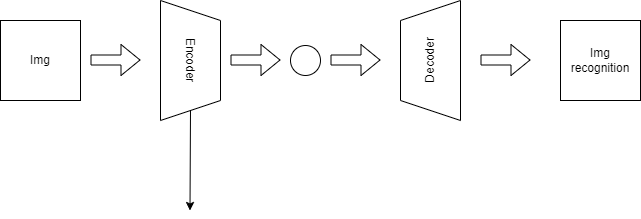
Before: 연구주제.drawio.png, a diagram exported from draw.io (Kyoungrae-Noh/Self-Supervised-Learning). Source tidied: cells renumbered, new cells last; positions are measured from the earlier drawing's top-left corner, leaving out a move shared by most shapes.
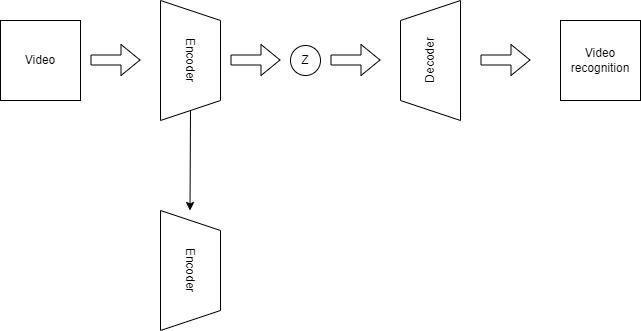
After the commit.

Commit message:
연구주제.drawio.png 업데이트

Diff of the diagram source:
```diff
@@ -2,7 +2,7 @@
   <root>
     <mxCell id="0" />
     <mxCell id="1" parent="0" />
-    <mxCell id="2" value="Img" style="whiteSpace=wrap;html=1;" parent="1" vertex="1">
+    <mxCell id="2" value="Video" style="whiteSpace=wrap;html=1;" parent="1" vertex="1">
       <mxGeometry width="80" height="80" as="geometry" />
     </mxCell>
     <mxCell id="3" style="shape=flexArrow;endArrow=classic;html=1;rounded=0;fillColor=#FFFFFF;" parent="1" edge="1">
@@ -23,7 +23,7 @@
         <mxPoint x="280" y="39.5" as="targetPoint" />
       </mxGeometry>
     </mxCell>
-    <mxCell id="7" style="ellipse;whiteSpace=wrap;html=1;" parent="1" vertex="1">
+    <mxCell id="7" value="Z" style="ellipse;whiteSpace=wrap;html=1;" parent="1" vertex="1">
       <mxGeometry x="290" y="25" width="30" height="30" as="geometry" />
     </mxCell>
     <mxCell id="8" style="shape=flexArrow;endArrow=classic;html=1;rounded=0;fillColor=#FFFFFF;" parent="1" edge="1">
@@ -38,7 +38,7 @@
         <mxPoint x="530" y="39.5" as="targetPoint" />
       </mxGeometry>
     </mxCell>
-    <mxCell id="10" value="Img&lt;br&gt;recognition" style="whiteSpace=wrap;html=1;" parent="1" vertex="1">
+    <mxCell id="10" value="Video&lt;br&gt;recognition" style="whiteSpace=wrap;html=1;" parent="1" vertex="1">
       <mxGeometry x="560" width="80" height="80" as="geometry" />
     </mxCell>
     <mxCell id="11" style="endArrow=classic;html=1;rounded=0;fillColor=#FFFFFF;exitX=1;exitY=0.5;exitDx=0;exitDy=0;" parent="1" edge="1" source="4">
@@ -46,5 +46,8 @@
         <mxPoint x="189.5" y="190" as="targetPoint" />
       </mxGeometry>
     </mxCell>
+    <mxCell id="12" value="Encoder" style="shape=trapezoid;perimeter=trapezoidPerimeter;whiteSpace=wrap;html=1;fixedSize=1;rotation=90;" parent="1" vertex="1">
+      <mxGeometry x="130" y="220" width="120" height="60" as="geometry" />
+    </mxCell>
   </root>
 </mxGraphModel>
```
